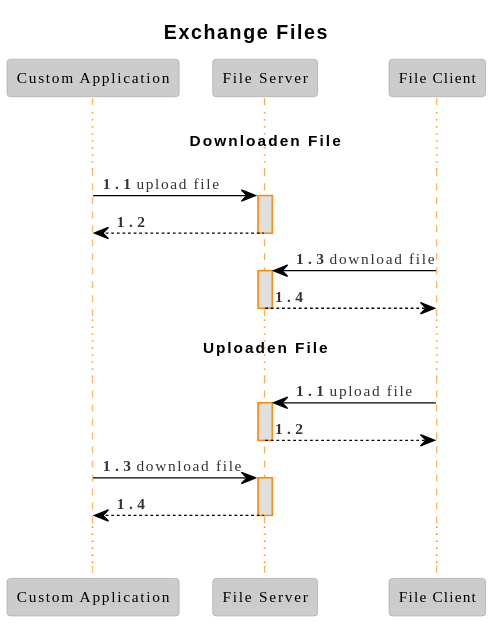
The PlantUML diagram docs/img/Sequence Diagram - Exchange Files.svg in eluinstra/file-server-documentation, before a commit.
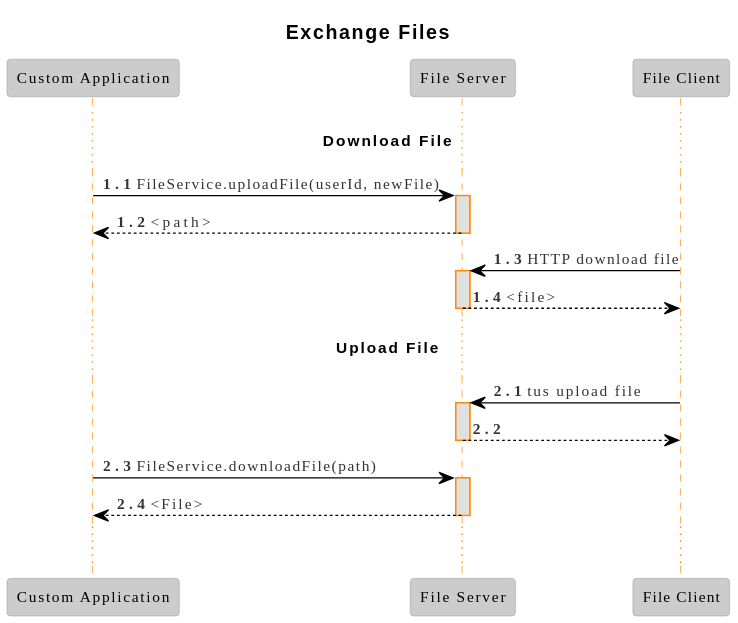
After the commit.

Diff of the diagram source:
```diff
@@ -9,34 +9,34 @@
 participant "File Server" as fs
 participant "File Client" as fc
 
-... <b>Downloaden File ...
+... <b>Download File ...
 
 autonumber 1.1
-app -> fs: upload file
+app -> fs: FileService.uploadFile(userId, newFile)
 activate fs
 
-fs --> app
+fs --> app: <path>
 deactivate fs
 
-fc -> fs: download file
+fc -> fs: HTTP download file
+activate fs
+
+fs --> fc: <file>
+deactivate fs
+
+... <b>Upload File ...
+
+autonumber 2.1
+fc -> fs: tus upload file
 activate fs
 
 fs --> fc
 deactivate fs
 
-... <b>Uploaden File ...
-
-autonumber 1.1
-fc -> fs: upload file
+app -> fs: FileService.downloadFile(path)
 activate fs
 
-fs --> fc
-deactivate fs
-
-app -> fs: download file
-activate fs
-
-fs --> app
+fs --> app: <File>
 deactivate fs
 
 ...
```
